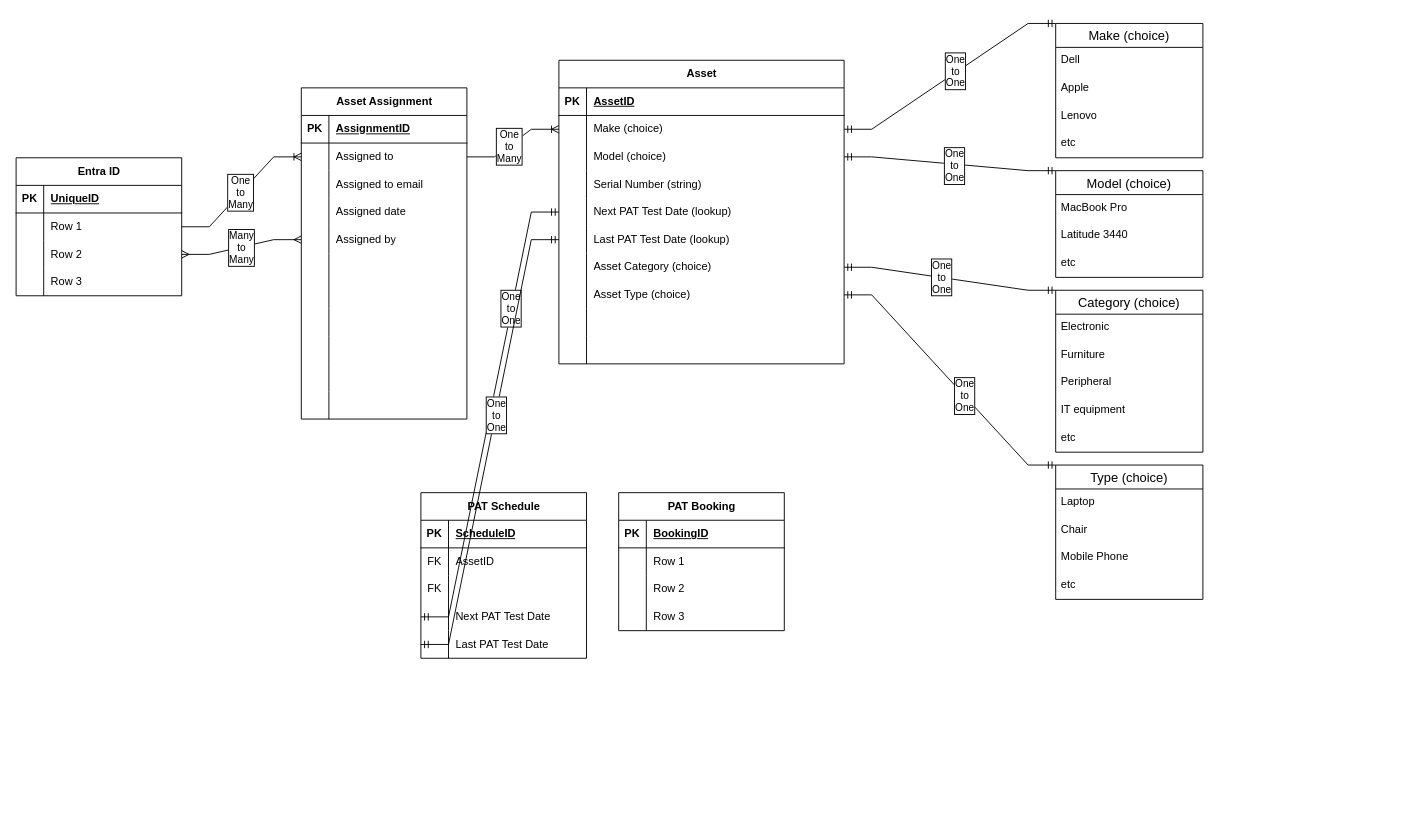
This is Untitled Diagram.drawio from DigPacksPhilMVP/AssetManagement, a draw.io file, before an edit. Source tidied: cells renumbered, new cells numbered last; positions are measured from the earlier drawing's top-left corner, leaving out a move shared by most shapes. Both pictures are drawn from the tidied source at 92%, with x=0, y=0 at pixel (16, 23).
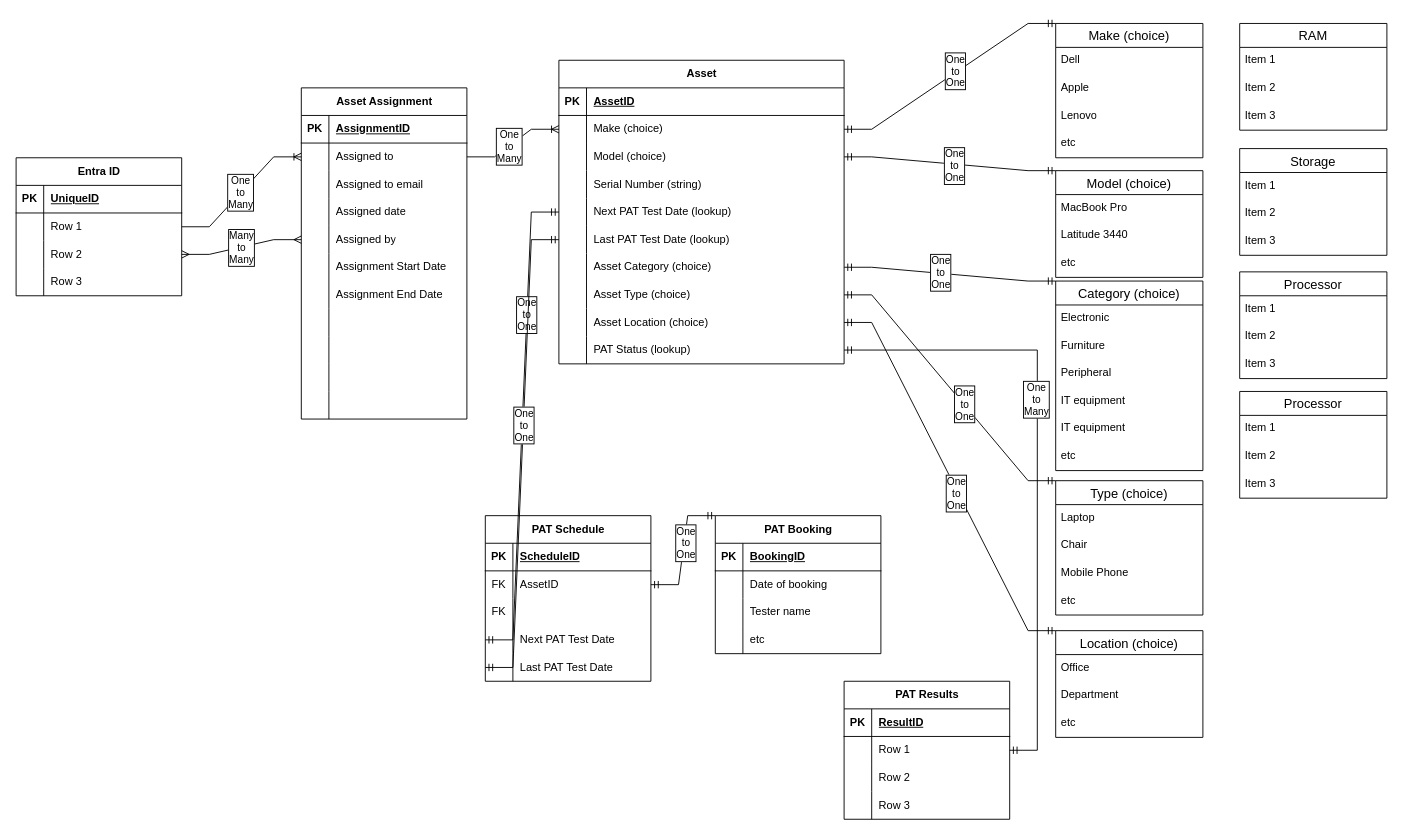
After the change.

Unchanged cells that the change refers to:
```xml
<mxCell id="31" style="shape=tableRow;horizontal=0;startSize=0;swimlaneHead=0;swimlaneBody=0;fillColor=none;top=0;left=0;right=0;bottom=0;" parent="15" vertex="1">
  <mxGeometry y="180" width="180" height="30" as="geometry" />
</mxCell>
<mxCell id="34" style="shape=tableRow;horizontal=0;startSize=0;swimlaneHead=0;swimlaneBody=0;fillColor=none;top=0;left=0;right=0;bottom=0;" parent="15" vertex="1">
  <mxGeometry y="210" width="180" height="30" as="geometry" />
</mxCell>
<mxCell id="74" style="shape=tableRow;horizontal=0;startSize=0;swimlaneHead=0;swimlaneBody=0;fillColor=none;points=[[0,0.5],[1,0.5]];portConstraint=eastwest;top=0;left=0;right=0;bottom=0;" parent="49" vertex="1">
  <mxGeometry y="270" width="310" height="30" as="geometry" />
</mxCell>
<mxCell id="77" style="shape=tableRow;horizontal=0;startSize=0;swimlaneHead=0;swimlaneBody=0;fillColor=none;points=[[0,0.5],[1,0.5]];portConstraint=eastwest;top=0;left=0;right=0;bottom=0;" parent="49" vertex="1">
  <mxGeometry y="300" width="310" height="30" as="geometry" />
</mxCell>
<mxCell id="88" style="shape=tableRow;horizontal=0;startSize=0;swimlaneHead=0;swimlaneBody=0;fillColor=none;points=[[0,0.5],[1,0.5]];portConstraint=eastwest;top=0;left=0;right=0;bottom=0;" parent="84" vertex="1">
  <mxGeometry y="60" width="180" height="30" as="geometry" />
</mxCell>
<mxCell id="138" style="shape=tableRow;horizontal=0;startSize=0;swimlaneHead=0;swimlaneBody=0;fillColor=none;top=0;left=0;right=0;bottom=0;" parent="134" vertex="1">
  <mxGeometry y="60" width="180" height="30" as="geometry" />
</mxCell>
<mxCell id="141" style="shape=tableRow;horizontal=0;startSize=0;swimlaneHead=0;swimlaneBody=0;fillColor=none;top=0;left=0;right=0;bottom=0;" parent="134" vertex="1">
  <mxGeometry y="90" width="180" height="30" as="geometry" />
</mxCell>
<mxCell id="144" style="shape=tableRow;horizontal=0;startSize=0;swimlaneHead=0;swimlaneBody=0;fillColor=none;top=0;left=0;right=0;bottom=0;" parent="134" vertex="1">
  <mxGeometry y="120" width="180" height="30" as="geometry" />
</mxCell>
```

Change to the diagram source:
```diff
@@
-    <mxCell id="33" style="shape=partialRectangle;fillColor=none;top=0;left=0;bottom=0;right=0;align=left;spacingLeft=6;overflow=hidden;whiteSpace=wrap;html=1;" parent="31" vertex="1">
+    <mxCell id="33" value="Assignment Start Date" style="shape=partialRectangle;fillColor=none;top=0;left=0;bottom=0;right=0;align=left;spacingLeft=6;overflow=hidden;whiteSpace=wrap;html=1;" parent="31" vertex="1">
       <mxGeometry x="30" width="150" height="30" as="geometry" />
     </mxCell>
@@
-    <mxCell id="36" style="shape=partialRectangle;fillColor=none;top=0;left=0;bottom=0;right=0;align=left;spacingLeft=6;overflow=hidden;whiteSpace=wrap;html=1;" parent="34" vertex="1">
+    <mxCell id="36" value="Assignment End Date" style="shape=partialRectangle;fillColor=none;top=0;left=0;bottom=0;right=0;align=left;spacingLeft=6;overflow=hidden;whiteSpace=wrap;html=1;" parent="34" vertex="1">
       <mxGeometry x="30" width="150" height="30" as="geometry" />
     </mxCell>
@@
-    <mxCell id="76" style="shape=partialRectangle;fillColor=none;top=0;left=0;bottom=0;right=0;align=left;spacingLeft=6;overflow=hidden;whiteSpace=wrap;html=1;" parent="74" vertex="1">
+    <mxCell id="76" value="Asset Location (choice)" style="shape=partialRectangle;fillColor=none;top=0;left=0;bottom=0;right=0;align=left;spacingLeft=6;overflow=hidden;whiteSpace=wrap;html=1;" parent="74" vertex="1">
       <mxGeometry x="30" width="280" height="30" as="geometry" />
     </mxCell>
@@
-    <mxCell id="79" style="shape=partialRectangle;fillColor=none;top=0;left=0;bottom=0;right=0;align=left;spacingLeft=6;overflow=hidden;whiteSpace=wrap;html=1;" parent="77" vertex="1">
+    <mxCell id="79" value="PAT Status (lookup)" style="shape=partialRectangle;fillColor=none;top=0;left=0;bottom=0;right=0;align=left;spacingLeft=6;overflow=hidden;whiteSpace=wrap;html=1;" parent="77" vertex="1">
       <mxGeometry x="30" width="280" height="30" as="geometry" />
     </mxCell>
@@
     <mxCell id="84" value="PAT Schedule" style="shape=table;startSize=30;childLayout=tableLayout;rowLines=0;fontStyle=1;align=center;html=1;" parent="1" vertex="1">
-      <mxGeometry x="440" y="510" width="180" height="180" as="geometry" />
+      <mxGeometry x="510" y="535" width="180" height="180" as="geometry" />
     </mxCell>
@@
     <mxCell id="117" value="Category (choice)" style="swimlane;fontStyle=0;horizontal=1;startSize=26;align=center;fontSize=14;" parent="1" vertex="1">
-      <mxGeometry x="1130" y="290" width="160" height="176" as="geometry" />
+      <mxGeometry x="1130" y="280" width="160" height="206" as="geometry" />
     </mxCell>
@@
+    <mxCell id="147" value="IT equipment" style="text;strokeColor=none;fillColor=none;spacingLeft=4;spacingRight=4;overflow=hidden;fontSize=12;whiteSpace=wrap;html=1;" parent="117" vertex="1">
+      <mxGeometry y="116" width="160" height="30" as="geometry" />
+    </mxCell>
     <mxCell id="121" value="IT equipment" style="text;strokeColor=none;fillColor=none;spacingLeft=4;spacingRight=4;overflow=hidden;fontSize=12;whiteSpace=wrap;html=1;" parent="117" vertex="1">
-      <mxGeometry y="116" width="160" height="30" as="geometry" />
+      <mxGeometry y="146" width="160" height="30" as="geometry" />
     </mxCell>
     <mxCell id="122" value="etc" style="text;strokeColor=none;fillColor=none;spacingLeft=4;spacingRight=4;overflow=hidden;fontSize=12;whiteSpace=wrap;html=1;" parent="117" vertex="1">
-      <mxGeometry y="146" width="160" height="30" as="geometry" />
+      <mxGeometry y="176" width="160" height="30" as="geometry" />
     </mxCell>
@@
     <mxCell id="127" value="Type (choice)" style="swimlane;fontStyle=0;horizontal=1;startSize=26;align=center;fontSize=14;" parent="1" vertex="1">
-      <mxGeometry x="1130" y="480" width="160" height="146" as="geometry" />
+      <mxGeometry x="1130" y="497" width="160" height="146" as="geometry" />
     </mxCell>
@@
     <mxCell id="134" value="PAT Booking" style="shape=table;startSize=30;childLayout=tableLayout;rowLines=0;fontStyle=1;align=center;html=1;" parent="1" vertex="1">
-      <mxGeometry x="655" y="510" width="180" height="150" as="geometry" />
+      <mxGeometry x="760" y="535" width="180" height="150" as="geometry" />
     </mxCell>
@@
-    <mxCell id="140" value="Row 1" style="shape=partialRectangle;fillColor=none;top=0;left=0;bottom=0;right=0;align=left;spacingLeft=6;overflow=hidden;whiteSpace=wrap;html=1;" parent="138" vertex="1">
+    <mxCell id="140" value="Date of booking" style="shape=partialRectangle;fillColor=none;top=0;left=0;bottom=0;right=0;align=left;spacingLeft=6;overflow=hidden;whiteSpace=wrap;html=1;" parent="138" vertex="1">
       <mxGeometry x="30" width="150" height="30" as="geometry" />
     </mxCell>
@@
-    <mxCell id="143" value="Row 2" style="shape=partialRectangle;fillColor=none;top=0;left=0;bottom=0;right=0;align=left;spacingLeft=6;overflow=hidden;whiteSpace=wrap;html=1;" parent="141" vertex="1">
+    <mxCell id="143" value="Tester name" style="shape=partialRectangle;fillColor=none;top=0;left=0;bottom=0;right=0;align=left;spacingLeft=6;overflow=hidden;whiteSpace=wrap;html=1;" parent="141" vertex="1">
       <mxGeometry x="30" width="150" height="30" as="geometry" />
     </mxCell>
@@
-    <mxCell id="146" value="Row 3" style="shape=partialRectangle;fillColor=none;top=0;left=0;bottom=0;right=0;align=left;spacingLeft=6;overflow=hidden;whiteSpace=wrap;html=1;" parent="144" vertex="1">
+    <mxCell id="146" value="etc" style="shape=partialRectangle;fillColor=none;top=0;left=0;bottom=0;right=0;align=left;spacingLeft=6;overflow=hidden;whiteSpace=wrap;html=1;" parent="144" vertex="1">
       <mxGeometry x="30" width="150" height="30" as="geometry" />
     </mxCell>
+    <mxCell id="148" style="edgeStyle=entityRelationEdgeStyle;fontSize=12;html=1;endArrow=ERmandOne;startArrow=ERmandOne;rounded=0;exitX=1;exitY=0.5;exitDx=0;exitDy=0;entryX=0;entryY=0;entryDx=0;entryDy=0;" parent="1" edge="1" source="88" target="134">
+      <mxGeometry relative="1" as="geometry" />
+    </mxCell>
+    <mxCell id="149" value="One&lt;div&gt;to&lt;/div&gt;&lt;div&gt;One&lt;/div&gt;" style="edgeLabel;html=1;align=center;verticalAlign=middle;labelBorderColor=default;" parent="148" vertex="1">
+      <mxGeometry x="0.4" y="1" relative="1" as="geometry">
+        <mxPoint y="19" as="offset" />
+      </mxGeometry>
+    </mxCell>
+    <mxCell id="150" value="Location (choice)" style="swimlane;fontStyle=0;horizontal=1;startSize=26;align=center;fontSize=14;" parent="1" vertex="1">
+      <mxGeometry x="1130" y="660" width="160" height="116" as="geometry" />
+    </mxCell>
+    <mxCell id="151" value="Office" style="text;strokeColor=none;fillColor=none;spacingLeft=4;spacingRight=4;overflow=hidden;fontSize=12;whiteSpace=wrap;html=1;" parent="150" vertex="1">
+      <mxGeometry y="26" width="160" height="30" as="geometry" />
+    </mxCell>
+    <mxCell id="152" value="Department" style="text;strokeColor=none;fillColor=none;spacingLeft=4;spacingRight=4;overflow=hidden;fontSize=12;whiteSpace=wrap;html=1;" parent="150" vertex="1">
+      <mxGeometry y="56" width="160" height="30" as="geometry" />
+    </mxCell>
+    <mxCell id="153" value="etc" style="text;strokeColor=none;fillColor=none;spacingLeft=4;spacingRight=4;overflow=hidden;fontSize=12;whiteSpace=wrap;html=1;" parent="150" vertex="1">
+      <mxGeometry y="86" width="160" height="30" as="geometry" />
+    </mxCell>
+    <mxCell id="154" value="PAT Results" style="shape=table;startSize=30;childLayout=tableLayout;rowLines=0;fontStyle=1;align=center;html=1;" parent="1" vertex="1">
+      <mxGeometry x="900" y="715" width="180" height="150" as="geometry" />
+    </mxCell>
+    <mxCell id="155" style="shape=tableRow;horizontal=0;startSize=0;swimlaneHead=0;swimlaneBody=0;fillColor=none;top=0;left=0;right=0;bottom=1;" parent="154" vertex="1">
+      <mxGeometry y="30" width="180" height="30" as="geometry" />
+    </mxCell>
+    <mxCell id="156" value="PK" style="shape=partialRectangle;fillColor=none;top=0;left=0;bottom=0;right=0;fontStyle=1;overflow=hidden;whiteSpace=wrap;html=1;" parent="155" vertex="1">
+      <mxGeometry width="30" height="30" as="geometry" />
+    </mxCell>
+    <mxCell id="157" value="ResultID" style="shape=partialRectangle;fillColor=none;top=0;left=0;bottom=0;right=0;align=left;spacingLeft=6;fontStyle=5;overflow=hidden;whiteSpace=wrap;html=1;" parent="155" vertex="1">
+      <mxGeometry x="30" width="150" height="30" as="geometry" />
+    </mxCell>
+    <mxCell id="158" style="shape=tableRow;horizontal=0;startSize=0;swimlaneHead=0;swimlaneBody=0;fillColor=none;top=0;left=0;right=0;bottom=0;" parent="154" vertex="1">
+      <mxGeometry y="60" width="180" height="30" as="geometry" />
+    </mxCell>
+    <mxCell id="159" style="shape=partialRectangle;fillColor=none;top=0;left=0;bottom=0;right=0;overflow=hidden;whiteSpace=wrap;html=1;" parent="158" vertex="1">
+      <mxGeometry width="30" height="30" as="geometry" />
+    </mxCell>
+    <mxCell id="160" value="Row 1" style="shape=partialRectangle;fillColor=none;top=0;left=0;bottom=0;right=0;align=left;spacingLeft=6;overflow=hidden;whiteSpace=wrap;html=1;" parent="158" vertex="1">
+      <mxGeometry x="30" width="150" height="30" as="geometry" />
+    </mxCell>
+    <mxCell id="161" style="shape=tableRow;horizontal=0;startSize=0;swimlaneHead=0;swimlaneBody=0;fillColor=none;top=0;left=0;right=0;bottom=0;" parent="154" vertex="1">
+      <mxGeometry y="90" width="180" height="30" as="geometry" />
+    </mxCell>
+    <mxCell id="162" style="shape=partialRectangle;fillColor=none;top=0;left=0;bottom=0;right=0;overflow=hidden;whiteSpace=wrap;html=1;" parent="161" vertex="1">
+      <mxGeometry width="30" height="30" as="geometry" />
+    </mxCell>
+    <mxCell id="163" value="Row 2" style="shape=partialRectangle;fillColor=none;top=0;left=0;bottom=0;right=0;align=left;spacingLeft=6;overflow=hidden;whiteSpace=wrap;html=1;" parent="161" vertex="1">
+      <mxGeometry x="30" width="150" height="30" as="geometry" />
+    </mxCell>
+    <mxCell id="164" style="shape=tableRow;horizontal=0;startSize=0;swimlaneHead=0;swimlaneBody=0;fillColor=none;top=0;left=0;right=0;bottom=0;" parent="154" vertex="1">
+      <mxGeometry y="120" width="180" height="30" as="geometry" />
+    </mxCell>
+    <mxCell id="165" style="shape=partialRectangle;fillColor=none;top=0;left=0;bottom=0;right=0;overflow=hidden;whiteSpace=wrap;html=1;" parent="164" vertex="1">
+      <mxGeometry width="30" height="30" as="geometry" />
+    </mxCell>
+    <mxCell id="166" value="Row 3" style="shape=partialRectangle;fillColor=none;top=0;left=0;bottom=0;right=0;align=left;spacingLeft=6;overflow=hidden;whiteSpace=wrap;html=1;" parent="164" vertex="1">
+      <mxGeometry x="30" width="150" height="30" as="geometry" />
+    </mxCell>
+    <mxCell id="167" style="edgeStyle=entityRelationEdgeStyle;fontSize=12;html=1;endArrow=ERmandOne;startArrow=ERmandOne;rounded=0;entryX=1;entryY=0.5;entryDx=0;entryDy=0;" parent="1" edge="1" source="154" target="77">
+      <mxGeometry relative="1" as="geometry" />
+    </mxCell>
+    <mxCell id="168" value="One&lt;div&gt;to&lt;/div&gt;&lt;div&gt;Many&lt;/div&gt;" style="edgeLabel;html=1;align=center;verticalAlign=middle;labelBorderColor=default;" parent="167" vertex="1">
+      <mxGeometry x="0.22" y="2" relative="1" as="geometry" />
+    </mxCell>
+    <mxCell id="169" style="edgeStyle=entityRelationEdgeStyle;fontSize=12;html=1;endArrow=ERmandOne;startArrow=ERmandOne;rounded=0;entryX=1;entryY=0.5;entryDx=0;entryDy=0;exitX=0;exitY=0;exitDx=0;exitDy=0;" parent="1" edge="1" source="150" target="74">
+      <mxGeometry relative="1" as="geometry" />
+    </mxCell>
+    <mxCell id="170" value="One&lt;div&gt;to&lt;/div&gt;&lt;div&gt;One&lt;/div&gt;" style="edgeLabel;html=1;align=center;verticalAlign=middle;labelBorderColor=default;" parent="169" vertex="1">
+      <mxGeometry x="-0.08" y="2" relative="1" as="geometry">
+        <mxPoint y="1" as="offset" />
+      </mxGeometry>
+    </mxCell>
+    <mxCell id="171" value="RAM" style="swimlane;fontStyle=0;horizontal=1;startSize=26;align=center;fontSize=14;" parent="1" vertex="1">
+      <mxGeometry x="1330" width="160" height="116" as="geometry" />
+    </mxCell>
+    <mxCell id="172" value="Item 1" style="text;strokeColor=none;fillColor=none;spacingLeft=4;spacingRight=4;overflow=hidden;fontSize=12;whiteSpace=wrap;html=1;" parent="171" vertex="1">
+      <mxGeometry y="26" width="160" height="30" as="geometry" />
+    </mxCell>
+    <mxCell id="173" value="Item 2" style="text;strokeColor=none;fillColor=none;spacingLeft=4;spacingRight=4;overflow=hidden;fontSize=12;whiteSpace=wrap;html=1;" parent="171" vertex="1">
+      <mxGeometry y="56" width="160" height="30" as="geometry" />
+    </mxCell>
+    <mxCell id="174" value="Item 3" style="text;strokeColor=none;fillColor=none;spacingLeft=4;spacingRight=4;overflow=hidden;fontSize=12;whiteSpace=wrap;html=1;" parent="171" vertex="1">
+      <mxGeometry y="86" width="160" height="30" as="geometry" />
+    </mxCell>
+    <mxCell id="175" value="Storage" style="swimlane;fontStyle=0;horizontal=1;startSize=26;align=center;fontSize=14;" parent="1" vertex="1">
+      <mxGeometry x="1330" y="136" width="160" height="116" as="geometry" />
+    </mxCell>
+    <mxCell id="176" value="Item 1" style="text;strokeColor=none;fillColor=none;spacingLeft=4;spacingRight=4;overflow=hidden;fontSize=12;whiteSpace=wrap;html=1;" parent="175" vertex="1">
+      <mxGeometry y="26" width="160" height="30" as="geometry" />
+    </mxCell>
+    <mxCell id="177" value="Item 2" style="text;strokeColor=none;fillColor=none;spacingLeft=4;spacingRight=4;overflow=hidden;fontSize=12;whiteSpace=wrap;html=1;" parent="175" vertex="1">
+      <mxGeometry y="56" width="160" height="30" as="geometry" />
+    </mxCell>
+    <mxCell id="178" value="Item 3" style="text;strokeColor=none;fillColor=none;spacingLeft=4;spacingRight=4;overflow=hidden;fontSize=12;whiteSpace=wrap;html=1;" parent="175" vertex="1">
+      <mxGeometry y="86" width="160" height="30" as="geometry" />
+    </mxCell>
+    <mxCell id="179" value="Processor" style="swimlane;fontStyle=0;horizontal=1;startSize=26;align=center;fontSize=14;" parent="1" vertex="1">
+      <mxGeometry x="1330" y="270" width="160" height="116" as="geometry" />
+    </mxCell>
+    <mxCell id="180" value="Item 1" style="text;strokeColor=none;fillColor=none;spacingLeft=4;spacingRight=4;overflow=hidden;fontSize=12;whiteSpace=wrap;html=1;" parent="179" vertex="1">
+      <mxGeometry y="26" width="160" height="30" as="geometry" />
+    </mxCell>
+    <mxCell id="181" value="Item 2" style="text;strokeColor=none;fillColor=none;spacingLeft=4;spacingRight=4;overflow=hidden;fontSize=12;whiteSpace=wrap;html=1;" parent="179" vertex="1">
+      <mxGeometry y="56" width="160" height="30" as="geometry" />
+    </mxCell>
+    <mxCell id="182" value="Item 3" style="text;strokeColor=none;fillColor=none;spacingLeft=4;spacingRight=4;overflow=hidden;fontSize=12;whiteSpace=wrap;html=1;" parent="179" vertex="1">
+      <mxGeometry y="86" width="160" height="30" as="geometry" />
+    </mxCell>
+    <mxCell id="183" value="Processor" style="swimlane;fontStyle=0;horizontal=1;startSize=26;align=center;fontSize=14;" parent="1" vertex="1">
+      <mxGeometry x="1330" y="400" width="160" height="116" as="geometry" />
+    </mxCell>
+    <mxCell id="184" value="Item 1" style="text;strokeColor=none;fillColor=none;spacingLeft=4;spacingRight=4;overflow=hidden;fontSize=12;whiteSpace=wrap;html=1;" parent="183" vertex="1">
+      <mxGeometry y="26" width="160" height="30" as="geometry" />
+    </mxCell>
+    <mxCell id="185" value="Item 2" style="text;strokeColor=none;fillColor=none;spacingLeft=4;spacingRight=4;overflow=hidden;fontSize=12;whiteSpace=wrap;html=1;" parent="183" vertex="1">
+      <mxGeometry y="56" width="160" height="30" as="geometry" />
+    </mxCell>
+    <mxCell id="186" value="Item 3" style="text;strokeColor=none;fillColor=none;spacingLeft=4;spacingRight=4;overflow=hidden;fontSize=12;whiteSpace=wrap;html=1;" parent="183" vertex="1">
+      <mxGeometry y="86" width="160" height="30" as="geometry" />
+    </mxCell>
```
